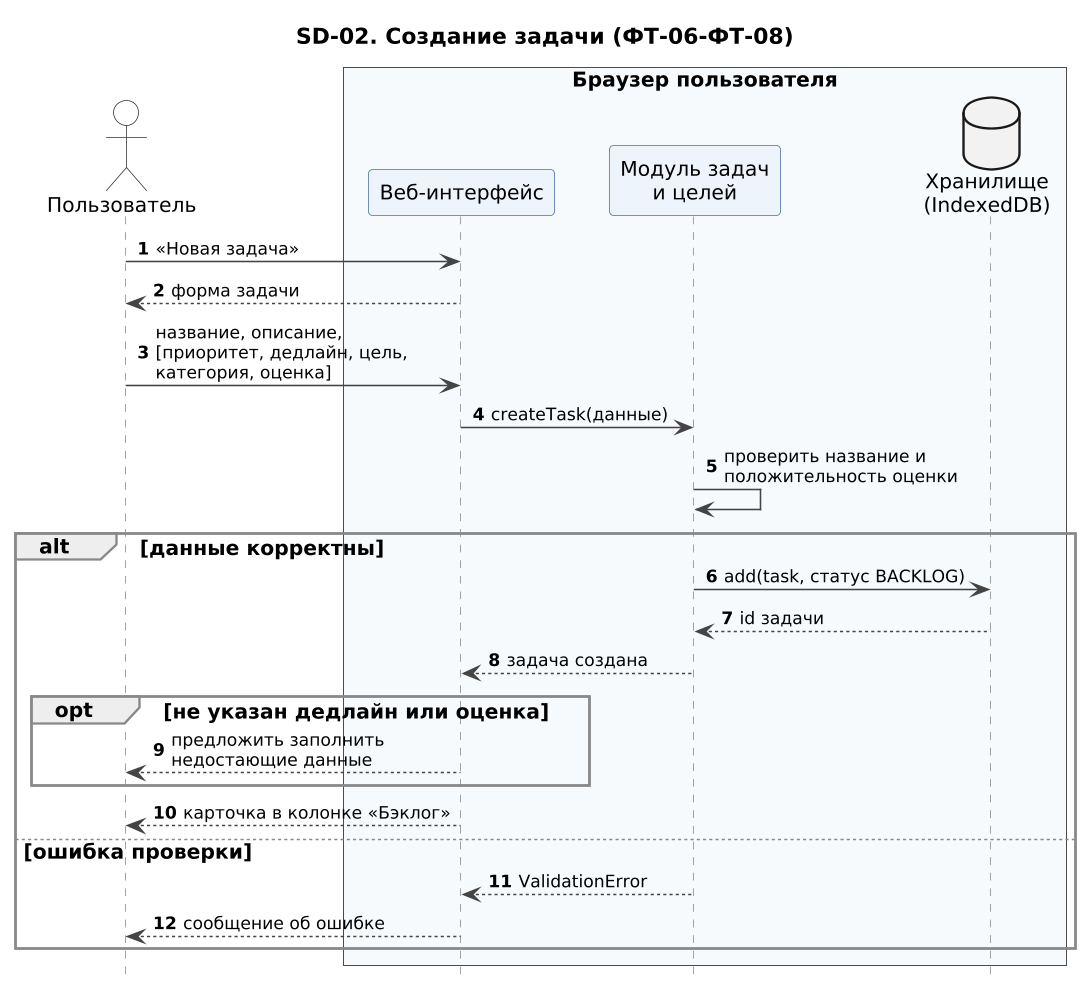
Earlier version of the PlantUML export docs/uml/png/SD-02_sozdanie_zadachi.png (freez044/kpo_project).
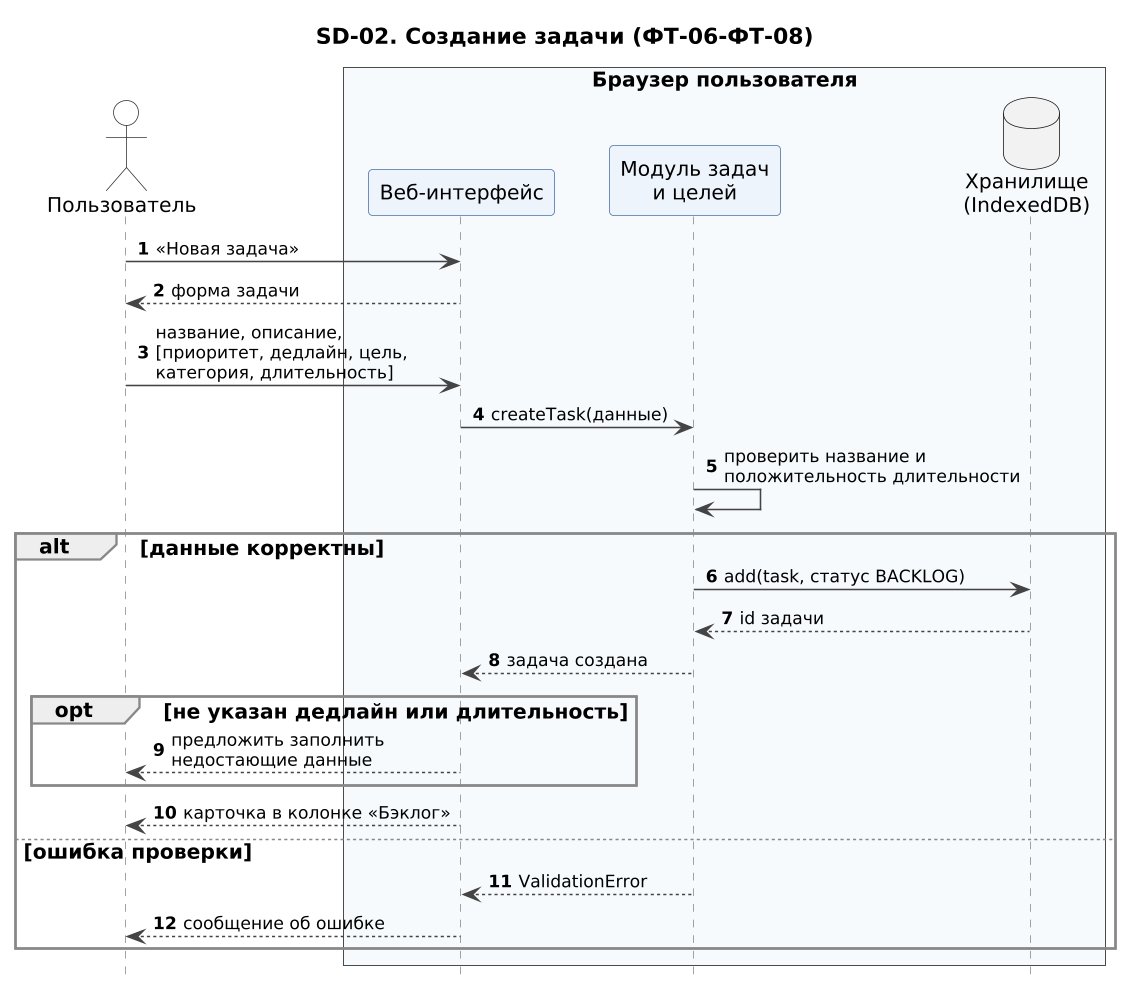
The same diagram one commit later.

Diff of the diagram source:
```diff
@@ -10,14 +10,14 @@
 
 U -> UI : «Новая задача»
 UI --> U : форма задачи
-U -> UI : название, описание,\n[приоритет, дедлайн, цель,\nкатегория, оценка]
+U -> UI : название, описание,\n[приоритет, дедлайн, цель,\nкатегория, длительность]
 UI -> TM : createTask(данные)
-TM -> TM : проверить название и\nположительность оценки
+TM -> TM : проверить название и\nположительность длительности
 alt данные корректны
   TM -> DB : add(task, статус BACKLOG)
   DB --> TM : id задачи
   TM --> UI : задача создана
-  opt не указан дедлайн или оценка
+  opt не указан дедлайн или длительность
     UI --> U : предложить заполнить\nнедостающие данные
   end
   UI --> U : карточка в колонке «Бэклог»
```
